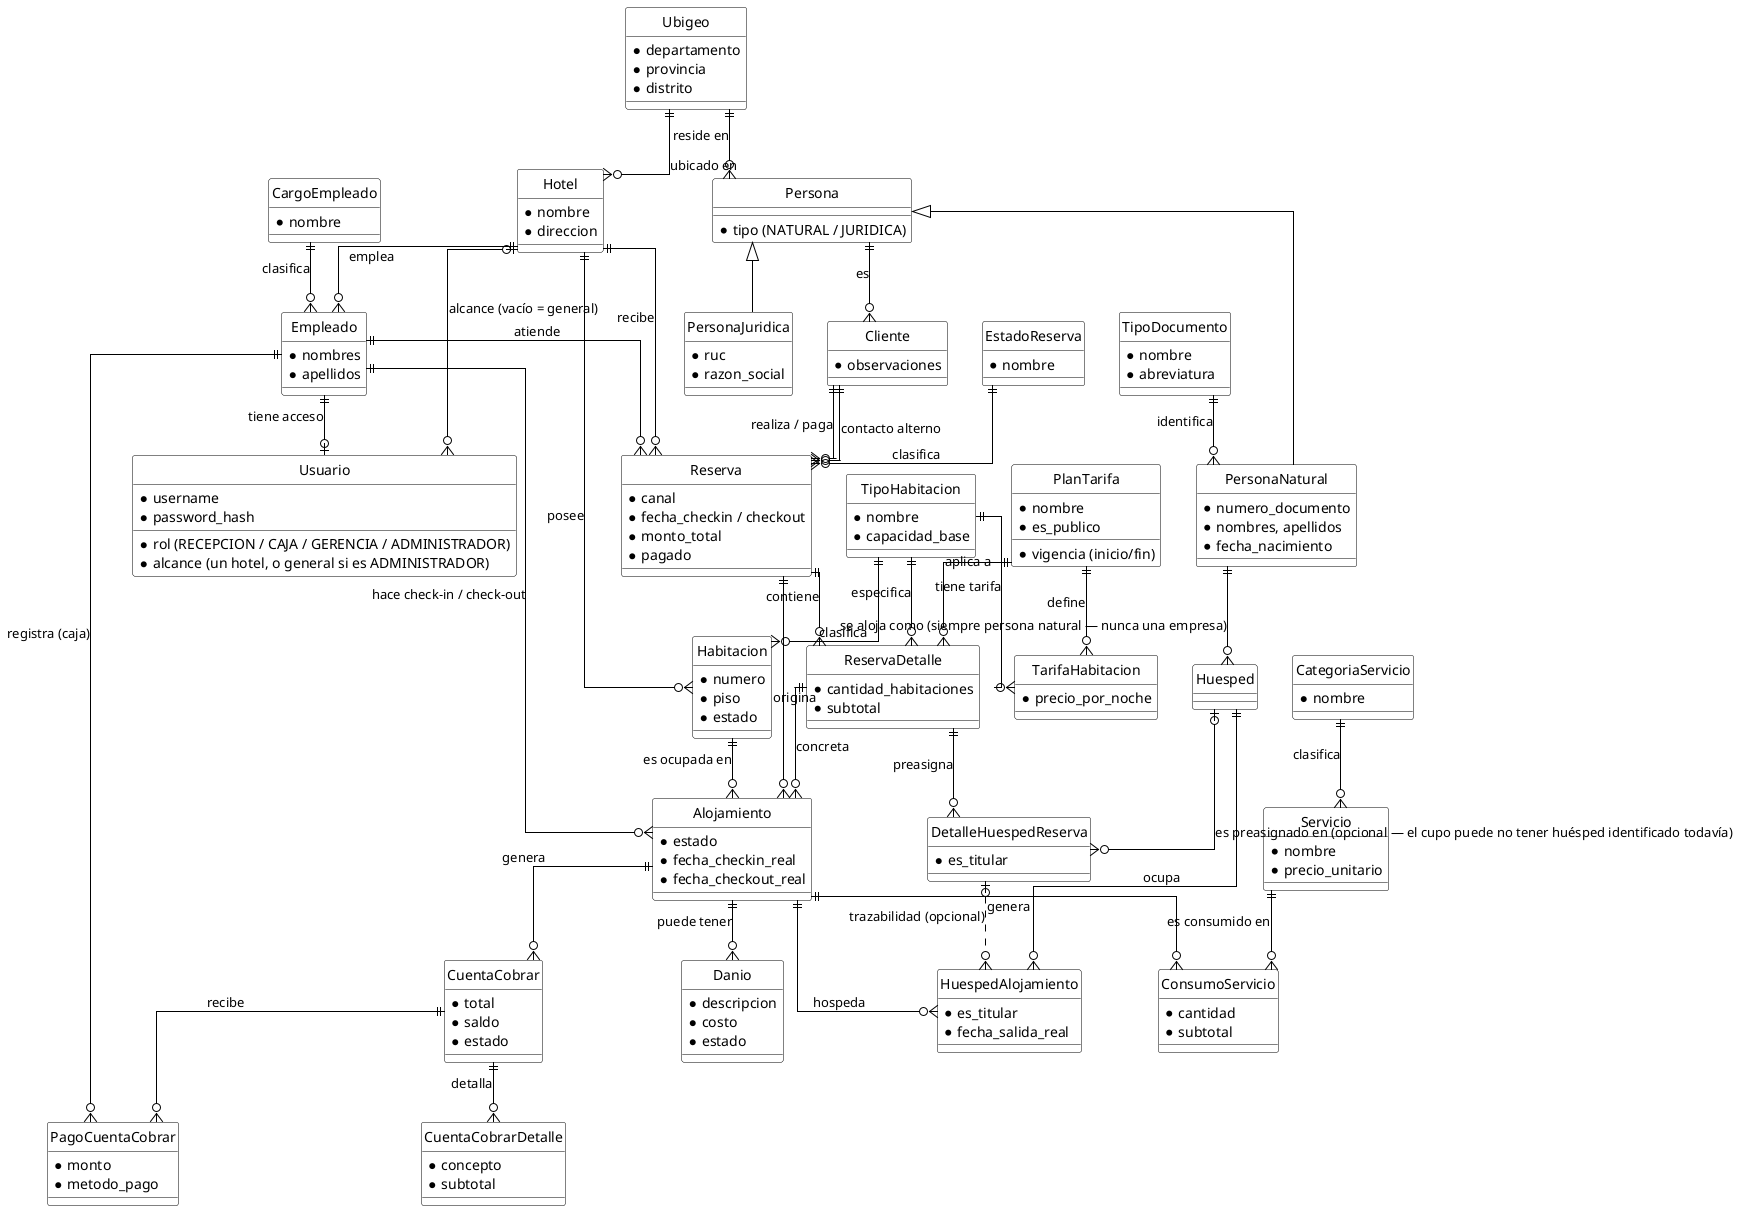
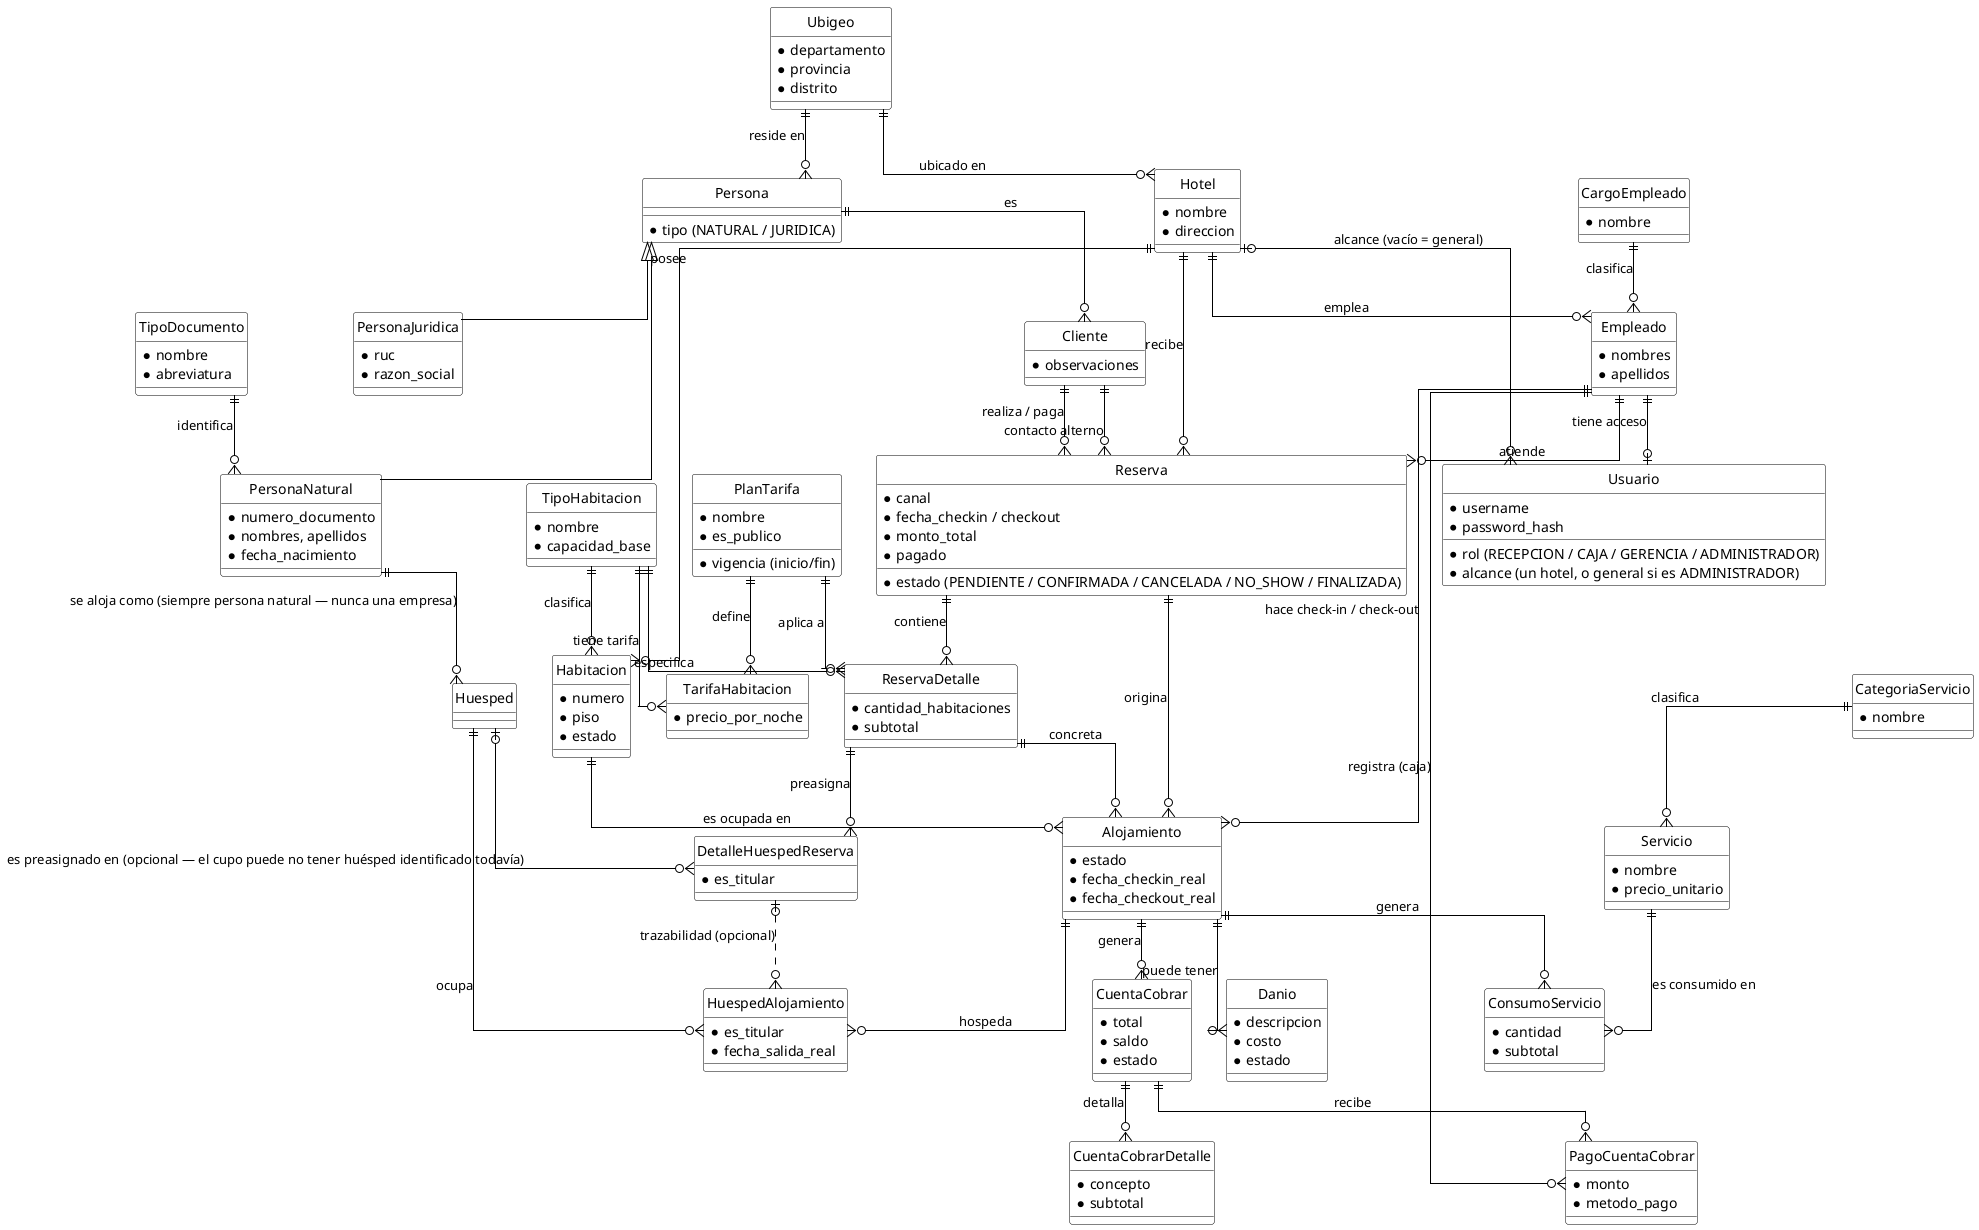
@startuml 01_Modelo_Conceptual

' =============================================================
'  MODELO CONCEPTUAL (Diagrama Entidad-Relación)
'  Proyecto: Sistema de gestión de reservas y estadías para una
'            cadena de hoteles turísticos.
'  Nivel conceptual: solo entidades, atributos identificadores/
'  clave y relaciones con su cardinalidad. Sin tipos de dato ni
'  detalles de implementación (eso va en el modelo lógico/físico).
' =============================================================

hide circle
skinparam linetype ortho
skinparam class {
    BackgroundColor White
    BorderColor Black
    ArrowColor Black
}

' ---------- Geografía y organización ----------
entity Ubigeo {
  * departamento
  * provincia
  * distrito
}

entity Hotel {
  * nombre
  * direccion
}

entity CargoEmpleado {
  * nombre
}

entity Empleado {
  * nombres
  * apellidos
}

' ---------- Autenticación y autorización ----------
entity Usuario {
  * username
  * password_hash
  * rol (RECEPCION / CAJA / GERENCIA / ADMINISTRADOR)
  * alcance (un hotel, o general si es ADMINISTRADOR)
}

' ---------- Personas (facturación) ----------
entity TipoDocumento {
  * nombre
  * abreviatura
}

entity Persona {
  * tipo (NATURAL / JURIDICA)
}

entity PersonaNatural {
  * numero_documento
  * nombres, apellidos
  * fecha_nacimiento
}

entity PersonaJuridica {
  * ruc
  * razon_social
}

entity Cliente {
  * observaciones
}

' ---------- Huésped (rol de ocupación, no identidad propia) ----------
' La incertidumbre de "quién" ocupará una habitación vive en
' DetalleHuespedReserva (cupo reservado sin nombre todavía, típico en
' una reserva corporativa); Huesped nunca es "genérico" — solo existe
' cuando ya se conoce a la persona natural que ocupa la habitación.
entity Huesped {
}

' ---------- Habitaciones y tarifas ----------
entity TipoHabitacion {
  * nombre
  * capacidad_base
}

entity Habitacion {
  * numero
  * piso
  * estado
}

entity PlanTarifa {
  * nombre
  * vigencia (inicio/fin)
  * es_publico
}

entity TarifaHabitacion {
  * precio_por_noche
}

' ---------- Reserva ----------
- entity EstadoReserva {
-   * nombre
- }
- 
entity Reserva {
+   * estado (PENDIENTE / CONFIRMADA / CANCELADA / NO_SHOW / FINALIZADA)
  * canal
  * fecha_checkin / checkout
  * monto_total
  * pagado
}

entity ReservaDetalle {
  * cantidad_habitaciones
  * subtotal
}

entity DetalleHuespedReserva {
  * es_titular
}

' ---------- Alojamiento (ocupación real) ----------
entity Alojamiento {
  * estado
  * fecha_checkin_real
  * fecha_checkout_real
}

entity HuespedAlojamiento {
  * es_titular
  * fecha_salida_real
}

' ---------- Servicios, daños y cobros ----------
entity CategoriaServicio {
  * nombre
}

entity Servicio {
  * nombre
  * precio_unitario
}

entity ConsumoServicio {
  * cantidad
  * subtotal
}

entity Danio {
  * descripcion
  * costo
  * estado
}

entity CuentaCobrar {
  * total
  * saldo
  * estado
}

entity CuentaCobrarDetalle {
  * concepto
  * subtotal
}

entity PagoCuentaCobrar {
  * monto
  * metodo_pago
}

' =============================================================
'  RELACIONES
' =============================================================

Ubigeo ||--o{ Hotel               : ubicado en
Ubigeo ||--o{ Persona             : reside en

Hotel  ||--o{ Empleado            : emplea
CargoEmpleado ||--o{ Empleado     : clasifica
Empleado ||--o| Usuario           : tiene acceso
Hotel  |o--o{ Usuario             : alcance (vacío = general)

Hotel  ||--o{ Habitacion          : posee
TipoHabitacion ||--o{ Habitacion  : clasifica
TipoHabitacion ||--o{ TarifaHabitacion : tiene tarifa
PlanTarifa ||--o{ TarifaHabitacion     : define

' Supertipo / subtipo (generalización)
Persona <|-- PersonaNatural
Persona <|-- PersonaJuridica
TipoDocumento ||--o{ PersonaNatural : identifica

Persona ||--o{ Cliente            : es

Hotel  ||--o{ Reserva             : recibe
Cliente ||--o{ Reserva            : realiza / paga
Cliente ||--o{ Reserva            : contacto alterno
Empleado ||--o{ Reserva           : atiende
- EstadoReserva ||--o{ Reserva      : clasifica

Reserva ||--o{ ReservaDetalle     : contiene
TipoHabitacion ||--o{ ReservaDetalle : especifica
PlanTarifa ||--o{ ReservaDetalle  : aplica a

ReservaDetalle ||--o{ DetalleHuespedReserva : preasigna
Huesped |o--o{ DetalleHuespedReserva        : es preasignado en (opcional — el cupo puede no tener huésped identificado todavía)

Reserva ||--o{ Alojamiento        : origina
ReservaDetalle ||--o{ Alojamiento : concreta
Habitacion ||--o{ Alojamiento     : es ocupada en
Empleado ||--o{ Alojamiento       : hace check-in / check-out

Alojamiento ||--o{ HuespedAlojamiento : hospeda
Huesped ||--o{ HuespedAlojamiento     : ocupa
DetalleHuespedReserva |o..o{ HuespedAlojamiento : trazabilidad (opcional)
PersonaNatural ||--o{ Huesped : se aloja como (siempre persona natural — nunca una empresa)

Alojamiento ||--o{ ConsumoServicio : genera
Servicio ||--o{ ConsumoServicio    : es consumido en
CategoriaServicio ||--o{ Servicio  : clasifica

Alojamiento ||--o{ Danio          : puede tener

Alojamiento ||--o{ CuentaCobrar   : genera
CuentaCobrar ||--o{ CuentaCobrarDetalle : detalla
CuentaCobrar ||--o{ PagoCuentaCobrar    : recibe
Empleado ||--o{ PagoCuentaCobrar        : registra (caja)

@enduml
